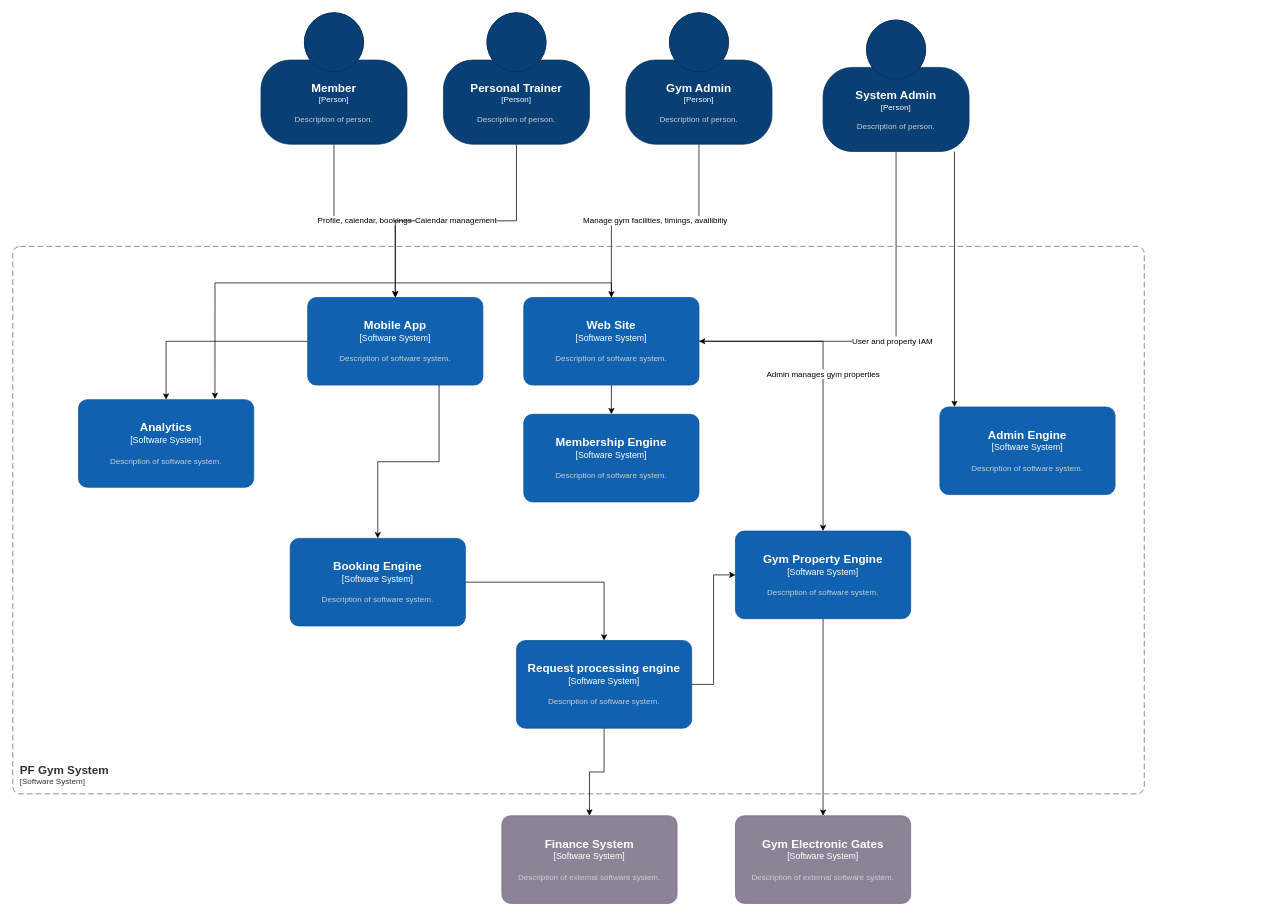
The draw.io diagram page "Containers" (2 of 2) of gym-2.drawio in imransaeed/concept-diagrams, before the edit. Source tidied: cells renumbered, new cells numbered last; positions are measured from the earlier drawing's top-left corner, leaving out a move shared by most shapes. Both pictures are drawn from the tidied source at 73%, with x=0, y=0 at pixel (12, 12).
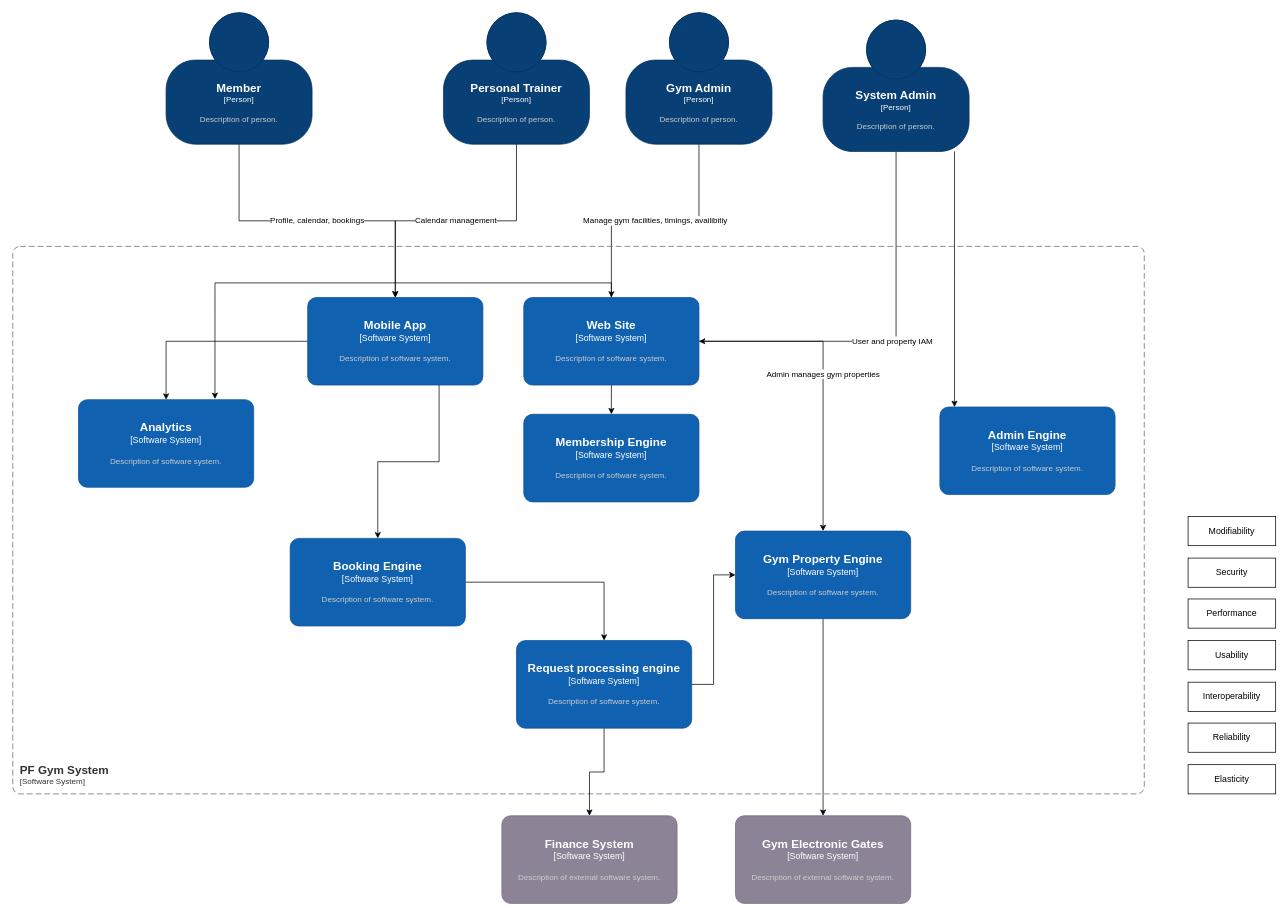
Above is the later version.

The edit, as a diff of the source:
```diff
@@
     <object id="3" label="&lt;font style=&quot;font-size: 16px&quot;&gt;&lt;b&gt;%c4Name%&lt;/b&gt;&lt;/font&gt;&lt;div&gt;[%c4Type%]&lt;/div&gt;&lt;br&gt;&lt;div&gt;&lt;font style=&quot;font-size: 11px&quot;&gt;&lt;font color=&quot;#cccccc&quot;&gt;%c4Description%&lt;/font&gt;&lt;/div&gt;" c4Description="Description of person." c4Name="Member" c4Type="Person" placeholders="1">
       <mxCell style="html=1;fontSize=11;dashed=0;whiteSpace=wrap;fillColor=#083F75;strokeColor=#06315C;fontColor=#ffffff;shape=mxgraph.c4.person2;align=center;points=[[0.5,0,0],[1,0.5,0],[1,0.75,0],[0.75,1,0],[0.5,1,0],[0.25,1,0],[0,0.75,0],[0,0.5,0]];" parent="1" vertex="1">
-        <mxGeometry x="340" width="200" height="180" as="geometry" />
+        <mxGeometry x="210" width="200" height="180" as="geometry" />
       </mxCell>
     </object>
@@
+    <mxCell id="31" value="Modifiability" style="rounded=0;whiteSpace=wrap;html=1;" parent="1" vertex="1">
+      <mxGeometry x="1610" y="690" width="120" height="40" as="geometry" />
+    </mxCell>
+    <mxCell id="32" value="Security" style="rounded=0;whiteSpace=wrap;html=1;" parent="1" vertex="1">
+      <mxGeometry x="1610" y="747" width="120" height="40" as="geometry" />
+    </mxCell>
+    <mxCell id="33" value="Performance" style="rounded=0;whiteSpace=wrap;html=1;" parent="1" vertex="1">
+      <mxGeometry x="1610" y="803" width="120" height="40" as="geometry" />
+    </mxCell>
+    <mxCell id="34" value="Usability" style="rounded=0;whiteSpace=wrap;html=1;" parent="1" vertex="1">
+      <mxGeometry x="1610" y="860" width="120" height="40" as="geometry" />
+    </mxCell>
+    <mxCell id="35" value="Interoperability" style="rounded=0;whiteSpace=wrap;html=1;" parent="1" vertex="1">
+      <mxGeometry x="1610" y="917" width="120" height="40" as="geometry" />
+    </mxCell>
+    <mxCell id="36" value="Reliability" style="rounded=0;whiteSpace=wrap;html=1;" parent="1" vertex="1">
+      <mxGeometry x="1610" y="973" width="120" height="40" as="geometry" />
+    </mxCell>
+    <mxCell id="37" value="Elasticity" style="rounded=0;whiteSpace=wrap;html=1;" parent="1" vertex="1">
+      <mxGeometry x="1610" y="1030" width="120" height="40" as="geometry" />
+    </mxCell>
```
